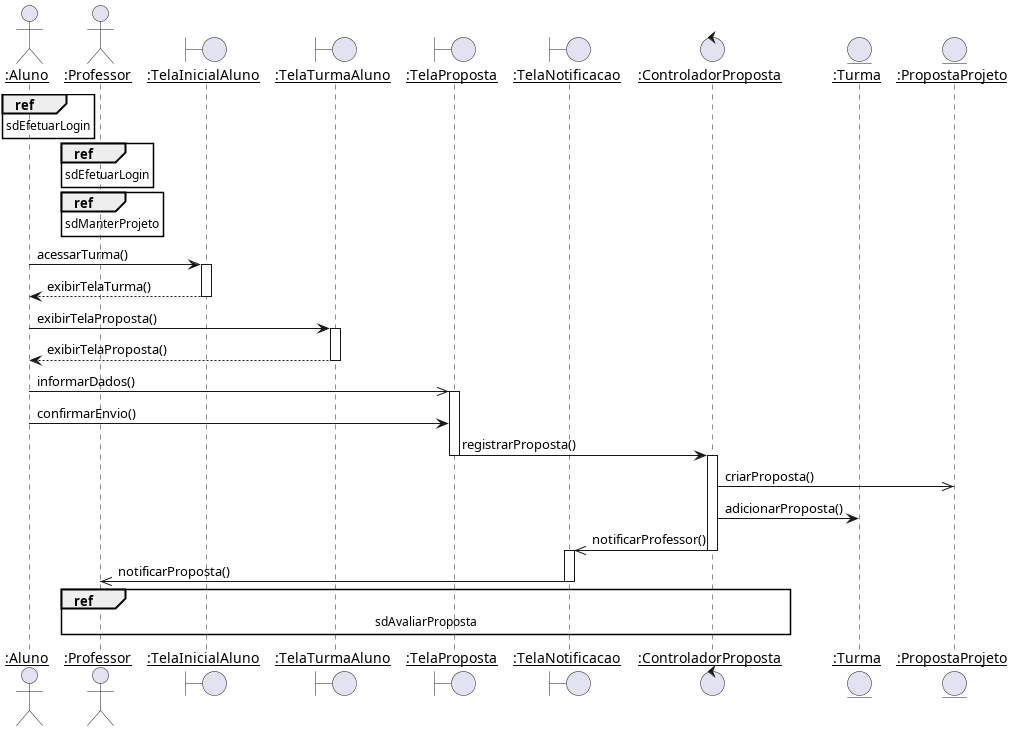
Earlier version of the PlantUML export diagramas/sequencia/propor_projeto.png (Pedro-V/projetorium).
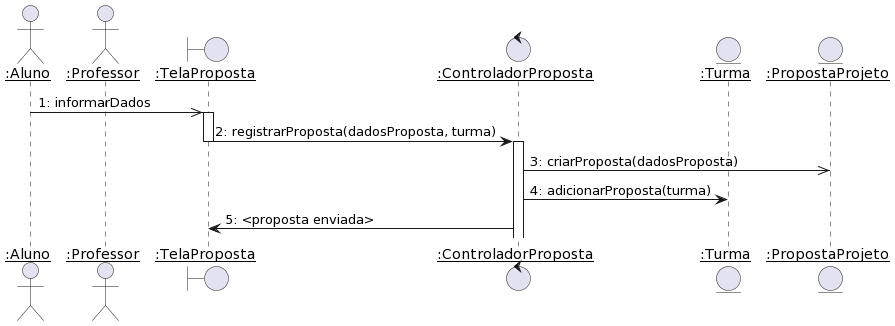
The same diagram one commit later.

What changed in the source:
```diff
@@ -3,30 +3,14 @@
 
 actor ":Aluno" as Aluno
 actor ":Professor" as Professor
-boundary ":TelaInicialAluno" as TelaInicialAluno
-boundary ":TelaTurmaAluno" as TelaTurmaAluno
 boundary ":TelaProposta" as TelaProposta
-boundary ":TelaNotificacao" as TelaNotificacao
 control ":ControladorProposta" as ControladorProposta
 entity ":Turma" as Turma
 entity ":PropostaProjeto" as PropostaProjeto
 
-ref over Aluno : sdEfetuarLogin
-ref over Professor : sdEfetuarLogin
-ref over Professor : sdManterProjeto
-
-Aluno -> TelaInicialAluno ++: acessarTurma()
-TelaInicialAluno --> Aluno --: exibirTelaTurma()
-Aluno -> TelaTurmaAluno ++: exibirTelaProposta()
-TelaTurmaAluno --> Aluno --: exibirTelaProposta()
-Aluno ->> TelaProposta ++: informarDados()
-Aluno -> TelaProposta : confirmarEnvio()
-
-TelaProposta -> ControladorProposta --++: registrarProposta()
-ControladorProposta ->> PropostaProjeto : criarProposta()
-ControladorProposta -> Turma : adicionarProposta()
-ControladorProposta ->> TelaNotificacao --++: notificarProfessor()
-TelaNotificacao ->> Professor --: notificarProposta()
-
-ref over Professor, ControladorProposta : sdAvaliarProposta
+Aluno ->> TelaProposta ++: 1: informarDados
+TelaProposta -> ControladorProposta --++: 2: registrarProposta(dadosProposta, turma)
+ControladorProposta ->> PropostaProjeto : 3: criarProposta(dadosProposta)
+ControladorProposta -> Turma : 4: adicionarProposta(turma)
+ControladorProposta -> TelaProposta : 5: <proposta enviada>
 @enduml
```
